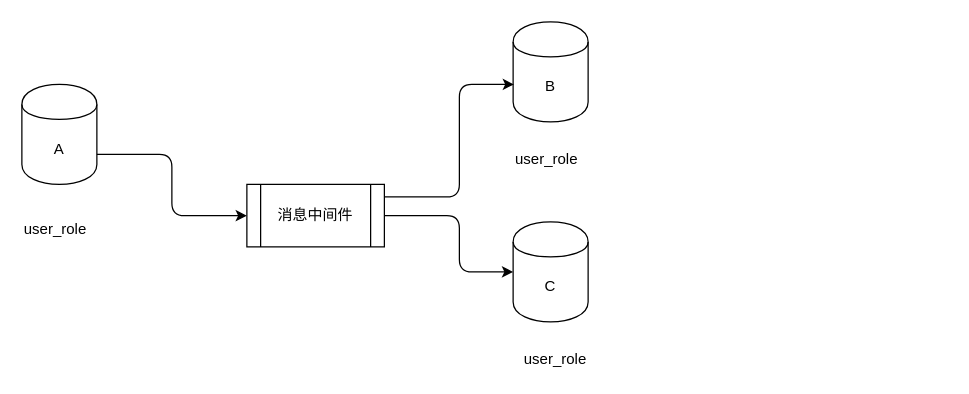
The draw.io diagram page "Page-2" (2 of 3) of 用户注册短息服务异步.drawio in Linzhiyu1993/JavaIODemo, before the edit. Source tidied: cells renumbered, new cells numbered last; positions are measured from the earlier drawing's top-left corner, leaving out a move shared by most shapes. Both pictures are drawn from the tidied source at 125%, with x=0, y=0 at pixel (21, 21).
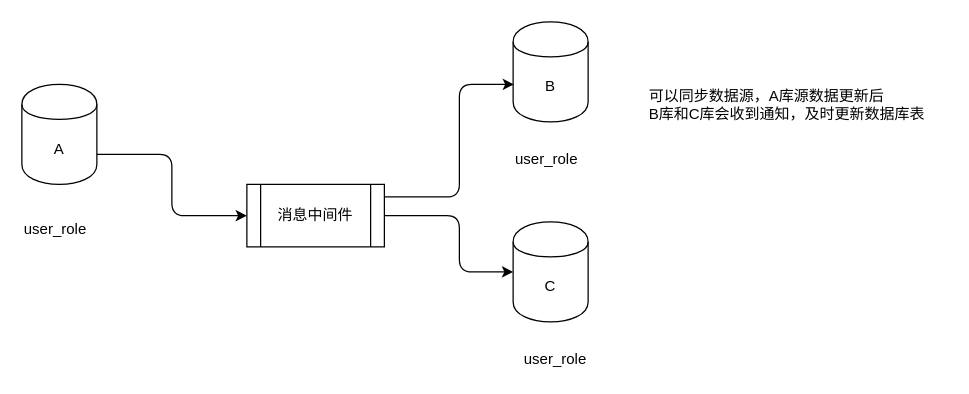
After the change.

Commit message:
数据源同步.drawio

Change to the diagram source:
```diff
@@
 <mxGraphModel>
   <root>
     <mxCell id="0" />
     <mxCell id="1" parent="0" />
     <mxCell id="2" value="A" style="shape=cylinder;whiteSpace=wrap;html=1;boundedLbl=1;backgroundOutline=1;" parent="1" vertex="1">
       <mxGeometry y="50" width="60" height="80" as="geometry" />
     </mxCell>
     <mxCell id="3" value="B" style="shape=cylinder;whiteSpace=wrap;html=1;boundedLbl=1;backgroundOutline=1;" parent="1" vertex="1">
       <mxGeometry x="393" width="60" height="80" as="geometry" />
     </mxCell>
     <mxCell id="4" value="C" style="shape=cylinder;whiteSpace=wrap;html=1;boundedLbl=1;backgroundOutline=1;" parent="1" vertex="1">
       <mxGeometry x="393" y="160" width="60" height="80" as="geometry" />
     </mxCell>
     <mxCell id="5" value="消息中间件" style="shape=process;whiteSpace=wrap;html=1;backgroundOutline=1;" parent="1" vertex="1">
       <mxGeometry x="180" y="130" width="110" height="50" as="geometry" />
     </mxCell>
     <mxCell id="6" value="user_role" style="text;html=1;align=left;verticalAlign=top;spacingTop=-4;" parent="1" vertex="1">
       <mxGeometry y="156" width="70" height="20" as="geometry" />
     </mxCell>
     <mxCell id="7" value="user_role" style="text;html=1;align=left;verticalAlign=top;spacingTop=-4;" parent="1" vertex="1">
       <mxGeometry x="393" y="100" width="70" height="20" as="geometry" />
     </mxCell>
     <mxCell id="8" value="user_role" style="text;html=1;align=left;verticalAlign=top;spacingTop=-4;" parent="1" vertex="1">
       <mxGeometry x="400" y="260" width="70" height="20" as="geometry" />
     </mxCell>
     <mxCell id="9" style="endArrow=classic;html=1;exitX=1;exitY=0.7;exitDx=0;exitDy=0;entryX=0;entryY=0.5;entryDx=0;entryDy=0;" parent="1" edge="1" source="2" target="5">
       <mxGeometry relative="1" as="geometry">
         <Array as="points">
           <mxPoint x="120" y="106" />
           <mxPoint x="120" y="155" />
         </Array>
       </mxGeometry>
     </mxCell>
     <mxCell id="10" style="endArrow=classic;html=1;entryX=0;entryY=0.5;entryDx=0;entryDy=0;" parent="1" edge="1" target="4">
       <mxGeometry relative="1" as="geometry">
         <mxPoint x="290" y="155" as="sourcePoint" />
         <Array as="points">
           <mxPoint x="350" y="155" />
           <mxPoint x="350" y="200" />
         </Array>
       </mxGeometry>
     </mxCell>
     <mxCell id="11" style="endArrow=classic;html=1;entryX=0.011;entryY=0.625;entryDx=0;entryDy=0;entryPerimeter=0;" parent="1" edge="1" target="3">
       <mxGeometry relative="1" as="geometry">
         <mxPoint x="290" y="140" as="sourcePoint" />
         <Array as="points">
           <mxPoint x="350" y="140" />
           <mxPoint x="350" y="50" />
         </Array>
       </mxGeometry>
     </mxCell>
+    <mxCell id="12" value="可以同步数据源，A库源数据更新后&lt;br&gt;B库和C库会收到通知，及时更新数据库表" style="text;html=1;align=left;verticalAlign=top;spacingTop=-4;" parent="1" vertex="1">
+      <mxGeometry x="500" y="50" width="240" height="30" as="geometry" />
+    </mxCell>
   </root>
 </mxGraphModel>
```
